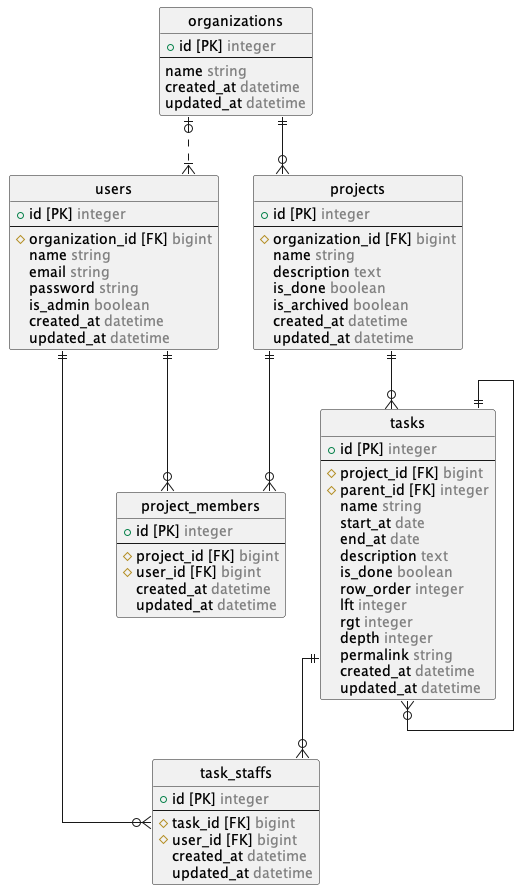
Earlier version of the PlantUML export docs/erd/out/relation/erd.png (musashi-634/taskwith).
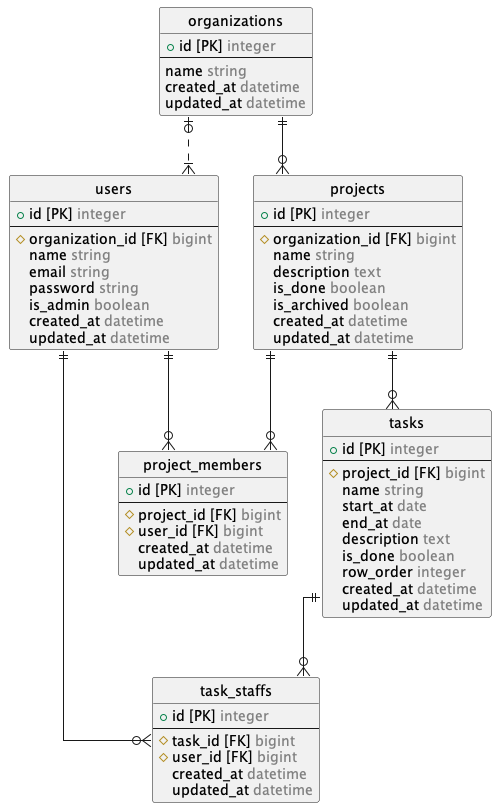
The same diagram one commit later.

Change to the diagram source:
```diff
@@ -10,7 +10,6 @@
   organizations |o..|{ users
   projects ||--o{ tasks
   projects ||--o{ project_members
-  tasks ||--o{ tasks
   tasks ||--o{ task_staffs
   users ||--o{ project_members
   users ||--o{ task_staffs
```
